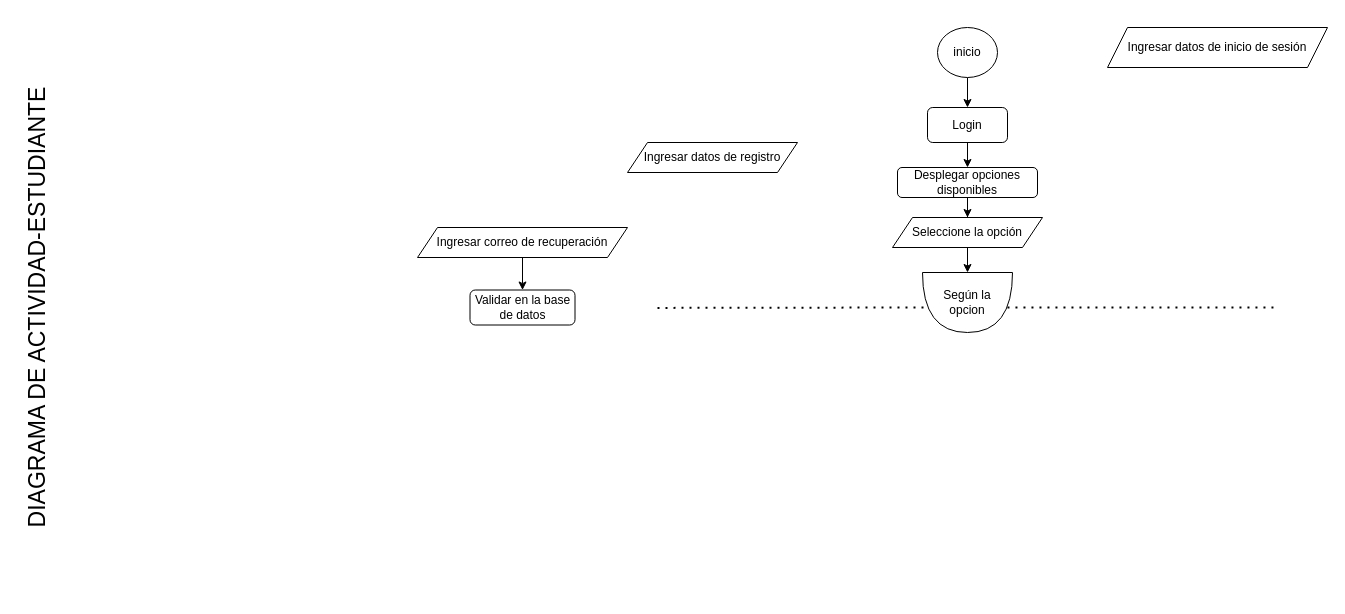
Earlier version of the draw.io diagram DiagramaDeActividades/DiagramaEstudiante.drawio (Joxini/DiagramaDeUso). Source tidied: cells renumbered, new cells numbered last; positions are measured from the earlier drawing's top-left corner, leaving out a move shared by most shapes. Both pictures are drawn from the tidied source at 100%, with x=0, y=0 at pixel (-253, 27).
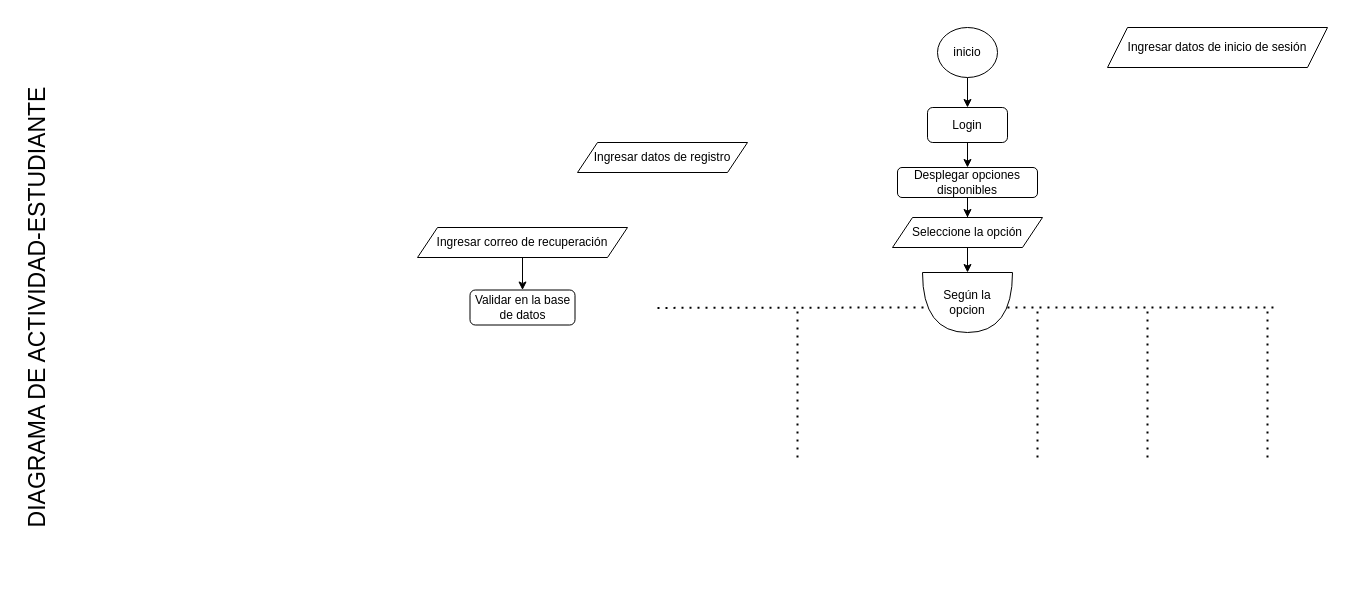
After the change.

Diff of the diagram source:
```diff
@@
     <mxCell id="17" value="Ingresar datos de registro" style="shape=parallelogram;perimeter=parallelogramPerimeter;whiteSpace=wrap;html=1;fixedSize=1;" parent="1" vertex="1">
-      <mxGeometry x="880" y="115" width="170" height="30" as="geometry" />
+      <mxGeometry x="830" y="115" width="170" height="30" as="geometry" />
     </mxCell>
@@
+    <mxCell id="20" style="endArrow=none;dashed=1;html=1;dashPattern=1 3;strokeWidth=2;rounded=0;" parent="1" edge="1">
+      <mxGeometry relative="1" as="geometry">
+        <mxPoint x="1050" y="430" as="sourcePoint" />
+        <mxPoint x="1050" y="280" as="targetPoint" />
+      </mxGeometry>
+    </mxCell>
+    <mxCell id="21" style="endArrow=none;dashed=1;html=1;dashPattern=1 3;strokeWidth=2;rounded=0;" parent="1" edge="1">
+      <mxGeometry relative="1" as="geometry">
+        <mxPoint x="1290" y="430" as="sourcePoint" />
+        <mxPoint x="1290" y="280" as="targetPoint" />
+      </mxGeometry>
+    </mxCell>
+    <mxCell id="22" style="endArrow=none;dashed=1;html=1;dashPattern=1 3;strokeWidth=2;rounded=0;" parent="1" edge="1">
+      <mxGeometry relative="1" as="geometry">
+        <mxPoint x="1400" y="430" as="sourcePoint" />
+        <mxPoint x="1400" y="280" as="targetPoint" />
+      </mxGeometry>
+    </mxCell>
+    <mxCell id="23" style="endArrow=none;dashed=1;html=1;dashPattern=1 3;strokeWidth=2;rounded=0;" parent="1" edge="1">
+      <mxGeometry relative="1" as="geometry">
+        <mxPoint x="1520" y="430" as="sourcePoint" />
+        <mxPoint x="1520" y="280" as="targetPoint" />
+      </mxGeometry>
+    </mxCell>
```
